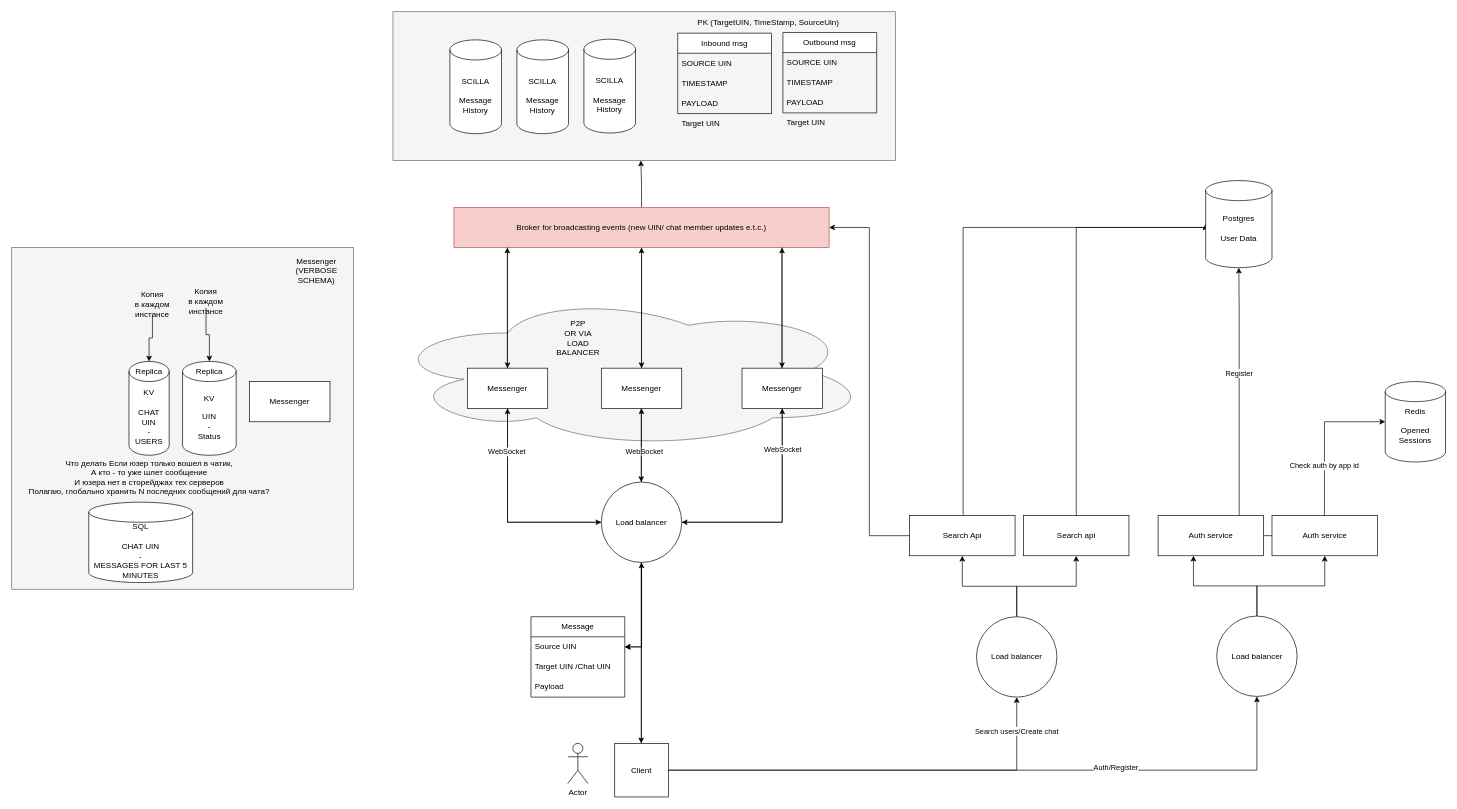
Before: Диаграмма без названия.drawio in Refreezer/diagrams, a draw.io diagram. Source tidied: cells renumbered, new cells numbered last; positions are measured from the earlier drawing's top-left corner, leaving out a move shared by most shapes. Both pictures are drawn from the tidied source at 67%, with x=0, y=0 at pixel (11, 11).
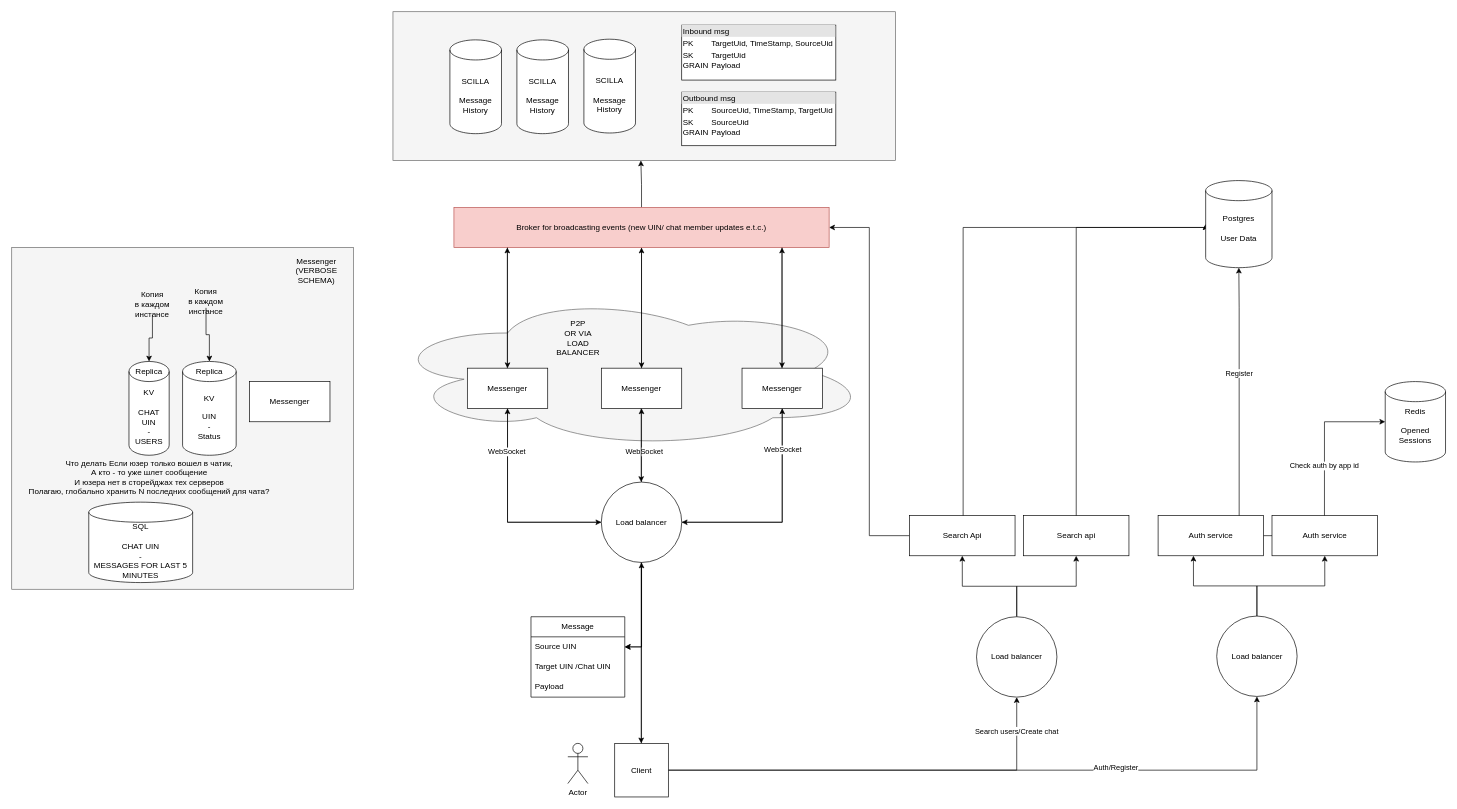
After the change.

Unchanged cells that the change refers to:
```xml
<mxCell id="66" style="group;fillColor=#f5f5f5;fontColor=#333333;strokeColor=#666666;" parent="1" vertex="1">
  <mxGeometry x="569" width="750" height="222" as="geometry" />
</mxCell>
```

Diff of the diagram source:
```diff
@@
-    <mxCell id="68" value="Inbound msg" style="swimlane;fontStyle=0;horizontal=1;startSize=30;whiteSpace=wrap;html=1;" parent="66" vertex="1">
-      <mxGeometry x="425" y="32" width="140" height="120" as="geometry" />
-    </mxCell>
-    <mxCell id="69" value="SOURCE UIN " style="text;strokeColor=none;fillColor=none;align=left;verticalAlign=middle;spacingLeft=4;spacingRight=4;overflow=hidden;whiteSpace=wrap;html=1;" parent="68" vertex="1">
-      <mxGeometry y="30" width="140" height="30" as="geometry" />
-    </mxCell>
-    <mxCell id="70" value="TIMESTAMP" style="text;strokeColor=none;fillColor=none;align=left;verticalAlign=middle;spacingLeft=4;spacingRight=4;overflow=hidden;whiteSpace=wrap;html=1;" parent="68" vertex="1">
-      <mxGeometry y="60" width="140" height="30" as="geometry" />
-    </mxCell>
-    <mxCell id="71" value="PAYLOAD" style="text;strokeColor=none;fillColor=none;align=left;verticalAlign=middle;spacingLeft=4;spacingRight=4;overflow=hidden;whiteSpace=wrap;html=1;" parent="68" vertex="1">
-      <mxGeometry y="90" width="140" height="30" as="geometry" />
-    </mxCell>
-    <mxCell id="72" value="Target UIN" style="text;strokeColor=none;fillColor=none;align=left;verticalAlign=middle;spacingLeft=4;spacingRight=4;overflow=hidden;whiteSpace=wrap;html=1;" parent="66" vertex="1">
-      <mxGeometry x="425" y="152" width="140" height="30" as="geometry" />
-    </mxCell>
-    <mxCell id="73" value="Outbound msg" style="swimlane;fontStyle=0;horizontal=1;startSize=30;whiteSpace=wrap;html=1;" parent="66" vertex="1">
-      <mxGeometry x="582" y="31" width="140" height="120" as="geometry" />
-    </mxCell>
-    <mxCell id="74" value="SOURCE UIN " style="text;strokeColor=none;fillColor=none;align=left;verticalAlign=middle;spacingLeft=4;spacingRight=4;overflow=hidden;whiteSpace=wrap;html=1;" parent="73" vertex="1">
-      <mxGeometry y="30" width="140" height="30" as="geometry" />
-    </mxCell>
-    <mxCell id="75" value="TIMESTAMP" style="text;strokeColor=none;fillColor=none;align=left;verticalAlign=middle;spacingLeft=4;spacingRight=4;overflow=hidden;whiteSpace=wrap;html=1;" parent="73" vertex="1">
-      <mxGeometry y="60" width="140" height="30" as="geometry" />
-    </mxCell>
-    <mxCell id="76" value="PAYLOAD" style="text;strokeColor=none;fillColor=none;align=left;verticalAlign=middle;spacingLeft=4;spacingRight=4;overflow=hidden;whiteSpace=wrap;html=1;" parent="73" vertex="1">
-      <mxGeometry y="90" width="140" height="30" as="geometry" />
-    </mxCell>
-    <mxCell id="77" value="Target UIN" style="text;strokeColor=none;fillColor=none;align=left;verticalAlign=middle;spacingLeft=4;spacingRight=4;overflow=hidden;whiteSpace=wrap;html=1;" parent="66" vertex="1">
-      <mxGeometry x="582" y="151" width="140" height="30" as="geometry" />
-    </mxCell>
@@
-    <mxCell id="80" value="PK (TargetUIN, TimeStamp, SourceUin)" style="text;html=1;align=center;verticalAlign=middle;strokeColor=none;fillColor=none;" parent="66" vertex="1">
-      <mxGeometry x="440" y="1" width="240" height="30" as="geometry" />
-    </mxCell>
+    <mxCell id="87" value="&lt;div style=&quot;box-sizing:border-box;width:100%;background:#e4e4e4;padding:2px;&quot;&gt;Outbound msg&lt;/div&gt;&lt;table style=&quot;width:100%;font-size:1em;&quot; cellpadding=&quot;2&quot; cellspacing=&quot;0&quot;&gt;&lt;tbody&gt;&lt;tr&gt;&lt;td&gt;PK&lt;/td&gt;&lt;td&gt;SourceUid, TimeStamp, TargetUid&lt;/td&gt;&lt;/tr&gt;&lt;tr&gt;&lt;td&gt;SK&lt;br&gt;GRAIN&lt;/td&gt;&lt;td&gt;SourceUid&lt;br&gt;Payload &lt;br&gt;&lt;/td&gt;&lt;/tr&gt;&lt;tr&gt;&lt;td&gt;&lt;/td&gt;&lt;td&gt;&lt;br&gt;&lt;/td&gt;&lt;/tr&gt;&lt;/tbody&gt;&lt;/table&gt;" style="verticalAlign=top;align=left;overflow=fill;html=1;whiteSpace=wrap;" parent="66" vertex="1">
+      <mxGeometry x="431" y="120" width="230" height="80" as="geometry" />
+    </mxCell>
@@
+    <mxCell id="88" value="&lt;div style=&quot;box-sizing:border-box;width:100%;background:#e4e4e4;padding:2px;&quot;&gt;Inbound msg&lt;/div&gt;&lt;table style=&quot;width:100%;font-size:1em;&quot; cellpadding=&quot;2&quot; cellspacing=&quot;0&quot;&gt;&lt;tbody&gt;&lt;tr&gt;&lt;td&gt;PK&lt;/td&gt;&lt;td&gt;TargetUid, TimeStamp, SourceUid&lt;/td&gt;&lt;/tr&gt;&lt;tr&gt;&lt;td&gt;SK&lt;br&gt;GRAIN&lt;/td&gt;&lt;td&gt;TargetUid&lt;br&gt;Payload &lt;br&gt;&lt;/td&gt;&lt;/tr&gt;&lt;tr&gt;&lt;td&gt;&lt;/td&gt;&lt;td&gt;&lt;br&gt;&lt;/td&gt;&lt;/tr&gt;&lt;/tbody&gt;&lt;/table&gt;" style="verticalAlign=top;align=left;overflow=fill;html=1;whiteSpace=wrap;" parent="1" vertex="1">
+      <mxGeometry x="1000" y="20" width="230" height="82" as="geometry" />
+    </mxCell>
```
